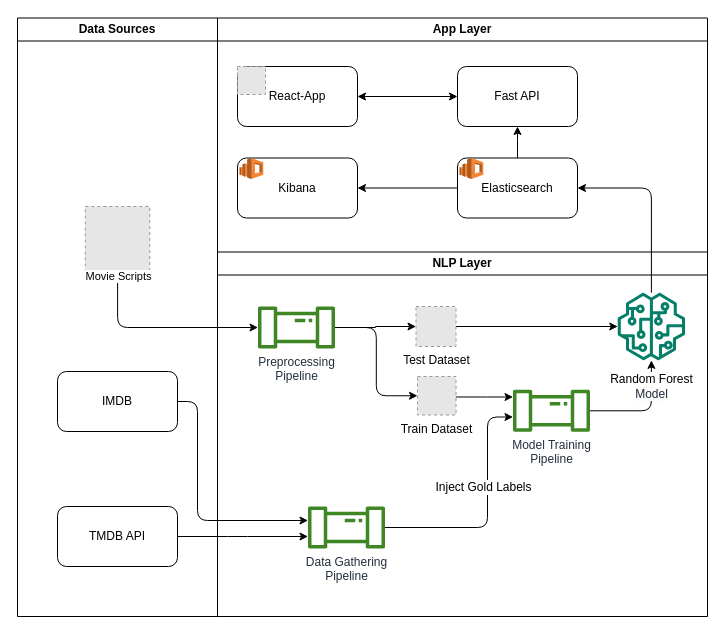
The draw.io diagram assets/dsta_ageflix_architecture.drawio in rlCodev/data-science-text-analytics, before the edit. Source tidied: cells renumbered, new cells numbered last; positions are measured from the earlier drawing's top-left corner, leaving out a move shared by most shapes. Both pictures are drawn from the tidied source at 100%, with x=0, y=0 at pixel (17, 18). Pictures stored in the file or linked from it are replaced by grey dashed boxes.
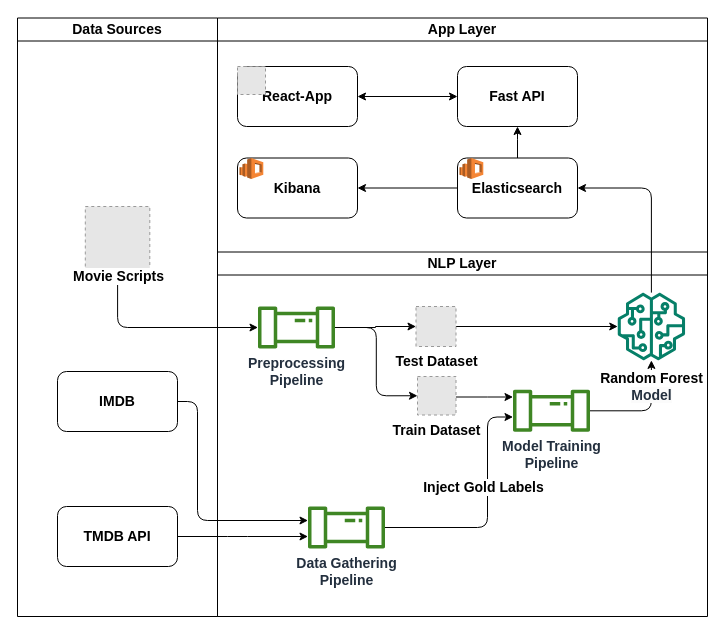
The same page after the edit.

Commit message (it also covers changes not shown here):
change scale of bar diagram in frontend

Change to the diagram source:
```diff
@@
-    <mxCell id="2" style="edgeStyle=orthogonalEdgeStyle;rounded=1;jettySize=auto;html=1;startArrow=classic;startFill=1;fontSize=12;" parent="1" edge="1" source="3" target="4">
+    <mxCell id="2" style="edgeStyle=orthogonalEdgeStyle;rounded=1;jettySize=auto;html=1;startArrow=classic;startFill=1;fontSize=14;fontStyle=1;" parent="1" edge="1" source="3" target="4">
       <mxGeometry relative="1" as="geometry" />
     </mxCell>
-    <mxCell id="3" value="Fast API" style="rounded=1;whiteSpace=wrap;html=1;fontSize=12;" parent="1" vertex="1">
+    <mxCell id="3" value="Fast API" style="rounded=1;whiteSpace=wrap;html=1;fontSize=14;fontStyle=1;" parent="1" vertex="1">
       <mxGeometry x="440" y="48" width="120" height="60" as="geometry" />
     </mxCell>
-    <mxCell id="4" value="React-App" style="rounded=1;whiteSpace=wrap;html=1;fontSize=12;" parent="1" vertex="1">
+    <mxCell id="4" value="React-App" style="rounded=1;whiteSpace=wrap;html=1;fontSize=14;fontStyle=1;" parent="1" vertex="1">
       <mxGeometry x="220" y="48" width="120" height="60" as="geometry" />
     </mxCell>
-    <mxCell id="5" style="fillColor=#E6E6E6;strokeColor=#999999;dashed=1;html=1;verticalAlign=top;verticalLabelPosition=bottom;labelBackgroundColor=#ffffff;fontSize=12;" parent="1" vertex="1">
+    <mxCell id="5" style="fillColor=#E6E6E6;strokeColor=#999999;dashed=1;html=1;verticalAlign=top;verticalLabelPosition=bottom;labelBackgroundColor=#ffffff;fontSize=14;fontStyle=1;" parent="1" vertex="1">
       <mxGeometry x="220" y="48" width="28" height="28" as="geometry" />
     </mxCell>
-    <mxCell id="6" style="edgeStyle=orthogonalEdgeStyle;rounded=1;jettySize=auto;html=1;startArrow=none;startFill=0;endArrow=classic;endFill=1;fontSize=12;" parent="1" edge="1" source="8" target="3">
+    <mxCell id="6" style="edgeStyle=orthogonalEdgeStyle;rounded=1;jettySize=auto;html=1;startArrow=none;startFill=0;endArrow=classic;endFill=1;fontSize=14;fontStyle=1;" parent="1" edge="1" source="8" target="3">
       <mxGeometry relative="1" as="geometry" />
     </mxCell>
-    <mxCell id="7" style="edgeStyle=orthogonalEdgeStyle;rounded=1;jettySize=auto;html=1;entryX=1;entryY=0.5;entryDx=0;entryDy=0;startArrow=none;startFill=0;endArrow=classic;endFill=1;fontSize=12;" parent="1" edge="1" source="8" target="10">
+    <mxCell id="7" style="edgeStyle=orthogonalEdgeStyle;rounded=1;jettySize=auto;html=1;entryX=1;entryY=0.5;entryDx=0;entryDy=0;startArrow=none;startFill=0;endArrow=classic;endFill=1;fontSize=14;fontStyle=1;" parent="1" edge="1" source="8" target="10">
       <mxGeometry relative="1" as="geometry" />
     </mxCell>
-    <mxCell id="8" value="Elasticsearch" style="rounded=1;whiteSpace=wrap;html=1;fontSize=12;" parent="1" vertex="1">
+    <mxCell id="8" value="Elasticsearch" style="rounded=1;whiteSpace=wrap;html=1;fontSize=14;fontStyle=1;" parent="1" vertex="1">
       <mxGeometry x="440" y="139.5" width="120" height="60" as="geometry" />
     </mxCell>
-    <mxCell id="9" style="dashed=0;verticalLabelPosition=bottom;verticalAlign=top;align=center;html=1;shape=mxgraph.aws3.elasticsearch_service;fillColor=#F58534;gradientColor=none;rounded=1;fontSize=12;" parent="1" vertex="1">
+    <mxCell id="9" style="dashed=0;verticalLabelPosition=bottom;verticalAlign=top;align=center;html=1;shape=mxgraph.aws3.elasticsearch_service;fillColor=#F58534;gradientColor=none;rounded=1;fontSize=14;fontStyle=1;" parent="1" vertex="1">
       <mxGeometry x="442" y="139.5" width="23.8" height="21" as="geometry" />
     </mxCell>
-    <mxCell id="10" value="Kibana" style="rounded=1;whiteSpace=wrap;html=1;fontSize=12;" parent="1" vertex="1">
+    <mxCell id="10" value="Kibana" style="rounded=1;whiteSpace=wrap;html=1;fontSize=14;fontStyle=1;" parent="1" vertex="1">
       <mxGeometry x="220" y="139.5" width="120" height="60" as="geometry" />
     </mxCell>
-    <mxCell id="11" style="dashed=0;verticalLabelPosition=bottom;verticalAlign=top;align=center;html=1;shape=mxgraph.aws3.elasticsearch_service;fillColor=#F58534;gradientColor=none;rounded=1;fontSize=12;" parent="1" vertex="1">
+    <mxCell id="11" style="dashed=0;verticalLabelPosition=bottom;verticalAlign=top;align=center;html=1;shape=mxgraph.aws3.elasticsearch_service;fillColor=#F58534;gradientColor=none;rounded=1;fontSize=14;fontStyle=1;" parent="1" vertex="1">
       <mxGeometry x="222" y="139.5" width="23.8" height="21" as="geometry" />
     </mxCell>
-    <mxCell id="12" style="edgeStyle=orthogonalEdgeStyle;rounded=1;jettySize=auto;html=1;fontSize=12;exitX=1;exitY=0.5;exitDx=0;exitDy=0;" parent="1" edge="1" source="17" target="24">
+    <mxCell id="12" style="edgeStyle=orthogonalEdgeStyle;rounded=1;jettySize=auto;html=1;fontSize=14;exitX=1;exitY=0.5;exitDx=0;exitDy=0;fontStyle=1;" parent="1" edge="1" source="17" target="24">
       <mxGeometry relative="1" as="geometry">
         <Array as="points">
           <mxPoint x="180" y="383" />
           <mxPoint x="180" y="502" />
         </Array>
       </mxGeometry>
     </mxCell>
-    <mxCell id="13" style="edgeStyle=orthogonalEdgeStyle;rounded=1;jettySize=auto;html=1;fontSize=12;exitX=1;exitY=0.5;exitDx=0;exitDy=0;" parent="1" edge="1" source="16" target="24">
+    <mxCell id="13" style="edgeStyle=orthogonalEdgeStyle;rounded=1;jettySize=auto;html=1;fontSize=14;exitX=1;exitY=0.5;exitDx=0;exitDy=0;fontStyle=1;" parent="1" edge="1" source="16" target="24">
       <mxGeometry relative="1" as="geometry">
         <Array as="points">
           <mxPoint x="220" y="518" />
           <mxPoint x="220" y="518" />
         </Array>
       </mxGeometry>
     </mxCell>
-    <mxCell id="14" value="Data Sources" style="swimlane;whiteSpace=wrap;html=1;fontSize=12;" parent="1" vertex="1">
+    <mxCell id="14" value="Data Sources" style="swimlane;whiteSpace=wrap;html=1;fontSize=14;fontStyle=1;" parent="1" vertex="1">
       <mxGeometry y="-0.5" width="200" height="598.5" as="geometry" />
     </mxCell>
-    <mxCell id="15" style="fillColor=#E6E6E6;strokeColor=#999999;dashed=1;html=1;verticalAlign=top;verticalLabelPosition=bottom;labelBackgroundColor=#ffffff;fontSize=12;" parent="14" vertex="1">
+    <mxCell id="15" style="fillColor=#E6E6E6;strokeColor=#999999;dashed=1;html=1;verticalAlign=top;verticalLabelPosition=bottom;labelBackgroundColor=#ffffff;fontSize=14;fontStyle=1;" parent="14" vertex="1">
       <mxGeometry x="67.8" y="188.5" width="64.5" height="64.5" as="geometry" />
     </mxCell>
-    <mxCell id="16" value="TMDB API" style="rounded=1;whiteSpace=wrap;html=1;fontSize=12;" parent="14" vertex="1">
+    <mxCell id="16" value="TMDB API" style="rounded=1;whiteSpace=wrap;html=1;fontSize=14;fontStyle=1;" parent="14" vertex="1">
       <mxGeometry x="40" y="488.5" width="120" height="60" as="geometry" />
     </mxCell>
-    <mxCell id="17" value="IMDB" style="rounded=1;whiteSpace=wrap;html=1;fontSize=12;" parent="14" vertex="1">
+    <mxCell id="17" value="IMDB" style="rounded=1;whiteSpace=wrap;html=1;fontSize=14;fontStyle=1;" parent="14" vertex="1">
       <mxGeometry x="40" y="353.5" width="120" height="60" as="geometry" />
     </mxCell>
-    <mxCell id="18" value="App Layer" style="swimlane;whiteSpace=wrap;html=1;fontSize=12;" parent="1" vertex="1">
+    <mxCell id="18" value="App Layer" style="swimlane;whiteSpace=wrap;html=1;fontSize=14;fontStyle=1;" parent="1" vertex="1">
       <mxGeometry x="200" y="-0.5" width="490" height="238.5" as="geometry" />
     </mxCell>
-    <mxCell id="19" value="NLP Layer" style="swimlane;whiteSpace=wrap;html=1;fontSize=12;" parent="1" vertex="1">
+    <mxCell id="19" value="NLP Layer" style="swimlane;whiteSpace=wrap;html=1;fontSize=14;fontStyle=1;" parent="1" vertex="1">
       <mxGeometry x="200" y="233.5" width="490" height="364.5" as="geometry" />
     </mxCell>
-    <mxCell id="20" value="Preprocessing&lt;br style=&quot;font-size: 12px;&quot;&gt;Pipeline" style="outlineConnect=0;fontColor=#232F3E;gradientColor=none;fillColor=#3F8624;strokeColor=none;dashed=0;verticalLabelPosition=bottom;verticalAlign=top;align=center;html=1;fontSize=12;fontStyle=0;shape=mxgraph.aws4.iot_analytics_pipeline;rounded=1;" parent="19" vertex="1">
+    <mxCell id="20" value="Preprocessing&lt;br style=&quot;font-size: 14px;&quot;&gt;Pipeline" style="outlineConnect=0;fontColor=#232F3E;gradientColor=none;fillColor=#3F8624;strokeColor=none;dashed=0;verticalLabelPosition=bottom;verticalAlign=top;align=center;html=1;fontSize=14;fontStyle=1;shape=mxgraph.aws4.iot_analytics_pipeline;rounded=1;" parent="19" vertex="1">
       <mxGeometry x="40" y="54.5" width="78" height="42" as="geometry" />
     </mxCell>
-    <mxCell id="21" style="edgeStyle=orthogonalEdgeStyle;rounded=1;jettySize=auto;html=1;fontSize=12;" parent="19" edge="1" source="24" target="25">
+    <mxCell id="21" style="edgeStyle=orthogonalEdgeStyle;rounded=1;jettySize=auto;html=1;fontSize=14;fontStyle=1;" parent="19" edge="1" source="24" target="25">
       <mxGeometry relative="1" as="geometry">
         <Array as="points">
           <mxPoint x="270" y="276" />
           <mxPoint x="270" y="165" />
         </Array>
       </mxGeometry>
     </mxCell>
-    <mxCell id="22" value="Inject Gold Labels" style="edgeLabel;html=1;align=center;verticalAlign=middle;fontSize=12;" parent="21" vertex="1">
+    <mxCell id="22" value="Inject Gold Labels" style="edgeLabel;html=1;align=center;verticalAlign=middle;fontSize=14;fontStyle=1;" parent="21" vertex="1">
       <mxGeometry x="-0.42" y="-1" relative="1" as="geometry">
         <mxPoint x="29" y="-42" as="offset" />
       </mxGeometry>
     </mxCell>
-    <mxCell id="23" value="Random Forest&lt;br style=&quot;border-color: var(--border-color); caret-color: rgb(35, 47, 62); color: rgb(35, 47, 62); font-size: 12px;&quot;&gt;&lt;span style=&quot;caret-color: rgb(35, 47, 62); color: rgb(35, 47, 62); font-size: 12px; background-color: rgb(251, 251, 251);&quot;&gt;Model&lt;/span&gt;" style="edgeStyle=orthogonalEdgeStyle;rounded=1;jettySize=auto;html=1;jumpStyle=gap;fontSize=12;" parent="19" edge="1" source="25" target="32">
+    <mxCell id="23" value="Random Forest&lt;br style=&quot;border-color: var(--border-color); caret-color: rgb(35, 47, 62); color: rgb(35, 47, 62); font-size: 14px;&quot;&gt;&lt;span style=&quot;caret-color: rgb(35, 47, 62); color: rgb(35, 47, 62); font-size: 14px; background-color: rgb(251, 251, 251);&quot;&gt;Model&lt;/span&gt;" style="edgeStyle=orthogonalEdgeStyle;rounded=1;jettySize=auto;html=1;jumpStyle=gap;fontSize=14;fontStyle=1;" parent="19" edge="1" source="25" target="32">
       <mxGeometry x="0.53" relative="1" as="geometry" />
     </mxCell>
-    <mxCell id="24" value="Data Gathering&lt;br style=&quot;font-size: 12px;&quot;&gt;Pipeline" style="outlineConnect=0;fontColor=#232F3E;gradientColor=none;fillColor=#3F8624;strokeColor=none;dashed=0;verticalLabelPosition=bottom;verticalAlign=top;align=center;html=1;fontSize=12;fontStyle=0;shape=mxgraph.aws4.iot_analytics_pipeline;rounded=1;" parent="19" vertex="1">
+    <mxCell id="24" value="Data Gathering&lt;br style=&quot;font-size: 14px;&quot;&gt;Pipeline" style="outlineConnect=0;fontColor=#232F3E;gradientColor=none;fillColor=#3F8624;strokeColor=none;dashed=0;verticalLabelPosition=bottom;verticalAlign=top;align=center;html=1;fontSize=14;fontStyle=1;shape=mxgraph.aws4.iot_analytics_pipeline;rounded=1;" parent="19" vertex="1">
       <mxGeometry x="90" y="254.5" width="78" height="42" as="geometry" />
     </mxCell>
-    <mxCell id="25" value="Model Training&lt;br style=&quot;font-size: 12px;&quot;&gt;Pipeline" style="outlineConnect=0;fontColor=#232F3E;gradientColor=none;fillColor=#3F8624;strokeColor=none;dashed=0;verticalLabelPosition=bottom;verticalAlign=top;align=center;html=1;fontSize=12;fontStyle=0;shape=mxgraph.aws4.iot_analytics_pipeline;rounded=1;" parent="19" vertex="1">
+    <mxCell id="25" value="Model Training&lt;br style=&quot;font-size: 14px;&quot;&gt;Pipeline" style="outlineConnect=0;fontColor=#232F3E;gradientColor=none;fillColor=#3F8624;strokeColor=none;dashed=0;verticalLabelPosition=bottom;verticalAlign=top;align=center;html=1;fontSize=14;fontStyle=1;shape=mxgraph.aws4.iot_analytics_pipeline;rounded=1;" parent="19" vertex="1">
       <mxGeometry x="295" y="137.8" width="78" height="42" as="geometry" />
     </mxCell>
-    <mxCell id="26" style="edgeStyle=orthogonalEdgeStyle;rounded=1;jettySize=auto;html=1;fontSize=12;" parent="19" edge="1" source="27" target="32">
+    <mxCell id="26" style="edgeStyle=orthogonalEdgeStyle;rounded=1;jettySize=auto;html=1;fontSize=14;fontStyle=1;" parent="19" edge="1" source="27" target="32">
       <mxGeometry relative="1" as="geometry" />
     </mxCell>
-    <mxCell id="27" value="Test Dataset" style="fillColor=#E6E6E6;strokeColor=#999999;dashed=1;html=1;verticalAlign=top;verticalLabelPosition=bottom;labelBackgroundColor=#ffffff;fontSize=12;" parent="19" vertex="1">
+    <mxCell id="27" value="Test Dataset" style="fillColor=#E6E6E6;strokeColor=#999999;dashed=1;html=1;verticalAlign=top;verticalLabelPosition=bottom;labelBackgroundColor=#ffffff;fontSize=14;fontStyle=1;" parent="19" vertex="1">
       <mxGeometry x="198.5" y="54.5" width="40" height="40" as="geometry" />
     </mxCell>
-    <mxCell id="28" style="edgeStyle=orthogonalEdgeStyle;rounded=0;jettySize=auto;html=1;entryX=0;entryY=0.5;entryDx=0;entryDy=0;fontSize=12;" parent="19" edge="1" source="20" target="27">
+    <mxCell id="28" style="edgeStyle=orthogonalEdgeStyle;rounded=0;jettySize=auto;html=1;entryX=0;entryY=0.5;entryDx=0;entryDy=0;fontSize=14;fontStyle=1;" parent="19" edge="1" source="20" target="27">
       <mxGeometry relative="1" as="geometry" />
     </mxCell>
-    <mxCell id="29" style="edgeStyle=orthogonalEdgeStyle;rounded=0;jettySize=auto;html=1;fontSize=12;" parent="19" edge="1" source="30" target="25">
+    <mxCell id="29" style="edgeStyle=orthogonalEdgeStyle;rounded=0;jettySize=auto;html=1;fontSize=14;fontStyle=1;" parent="19" edge="1" source="30" target="25">
       <mxGeometry relative="1" as="geometry">
         <Array as="points">
           <mxPoint x="270" y="145" />
           <mxPoint x="270" y="145" />
         </Array>
       </mxGeometry>
     </mxCell>
-    <mxCell id="30" value="Train Dataset" style="fillColor=#E6E6E6;strokeColor=#999999;dashed=1;html=1;verticalAlign=top;verticalLabelPosition=bottom;labelBackgroundColor=#ffffff;fontSize=12;" parent="19" vertex="1">
+    <mxCell id="30" value="Train Dataset" style="fillColor=#E6E6E6;strokeColor=#999999;dashed=1;html=1;verticalAlign=top;verticalLabelPosition=bottom;labelBackgroundColor=#ffffff;fontSize=14;fontStyle=1;" parent="19" vertex="1">
       <mxGeometry x="200" y="124.5" width="38.5" height="38.5" as="geometry" />
     </mxCell>
-    <mxCell id="31" style="edgeStyle=orthogonalEdgeStyle;rounded=1;jettySize=auto;html=1;entryX=0;entryY=0.5;entryDx=0;entryDy=0;fontSize=12;" parent="19" edge="1" source="20" target="30">
+    <mxCell id="31" style="edgeStyle=orthogonalEdgeStyle;rounded=1;jettySize=auto;html=1;entryX=0;entryY=0.5;entryDx=0;entryDy=0;fontSize=14;fontStyle=1;" parent="19" edge="1" source="20" target="30">
       <mxGeometry relative="1" as="geometry" />
     </mxCell>
-    <mxCell id="32" style="sketch=0;outlineConnect=0;fontColor=#232F3E;gradientColor=none;fillColor=#067F68;strokeColor=none;dashed=0;verticalLabelPosition=bottom;verticalAlign=top;align=center;html=1;fontSize=12;fontStyle=0;shape=mxgraph.aws4.sagemaker_model;" parent="19" vertex="1">
+    <mxCell id="32" style="sketch=0;outlineConnect=0;fontColor=#232F3E;gradientColor=none;fillColor=#067F68;strokeColor=none;dashed=0;verticalLabelPosition=bottom;verticalAlign=top;align=center;html=1;fontSize=14;fontStyle=1;shape=mxgraph.aws4.sagemaker_model;" parent="19" vertex="1">
       <mxGeometry x="400" y="40.6" width="67.8" height="67.8" as="geometry" />
     </mxCell>
-    <mxCell id="33" style="edgeStyle=orthogonalEdgeStyle;rounded=1;jettySize=auto;html=1;fontSize=12;" parent="1" edge="1" source="15" target="20">
+    <mxCell id="33" style="edgeStyle=orthogonalEdgeStyle;rounded=1;jettySize=auto;html=1;fontSize=14;fontStyle=1;" parent="1" edge="1" source="15" target="20">
       <mxGeometry relative="1" as="geometry">
         <Array as="points">
           <mxPoint x="100" y="309" />
         </Array>
       </mxGeometry>
     </mxCell>
-    <mxCell id="34" value="Movie Scripts" style="edgeLabel;html=1;align=center;verticalAlign=middle;" parent="33" vertex="1">
+    <mxCell id="34" value="Movie Scripts" style="edgeLabel;html=1;align=center;verticalAlign=middle;fontStyle=1;fontSize=14;" parent="33" vertex="1">
       <mxGeometry x="-0.57" y="-2" relative="1" as="geometry">
         <mxPoint x="2" y="-37" as="offset" />
       </mxGeometry>
     </mxCell>
-    <mxCell id="35" style="edgeStyle=orthogonalEdgeStyle;rounded=1;jettySize=auto;html=1;entryX=1;entryY=0.5;entryDx=0;entryDy=0;fontSize=12;" parent="1" edge="1" source="32" target="8">
+    <mxCell id="35" style="edgeStyle=orthogonalEdgeStyle;rounded=1;jettySize=auto;html=1;entryX=1;entryY=0.5;entryDx=0;entryDy=0;fontSize=14;fontStyle=1;" parent="1" edge="1" source="32" target="8">
       <mxGeometry relative="1" as="geometry">
         <Array as="points">
           <mxPoint x="634" y="169" />
         </Array>
       </mxGeometry>
     </mxCell>
```
